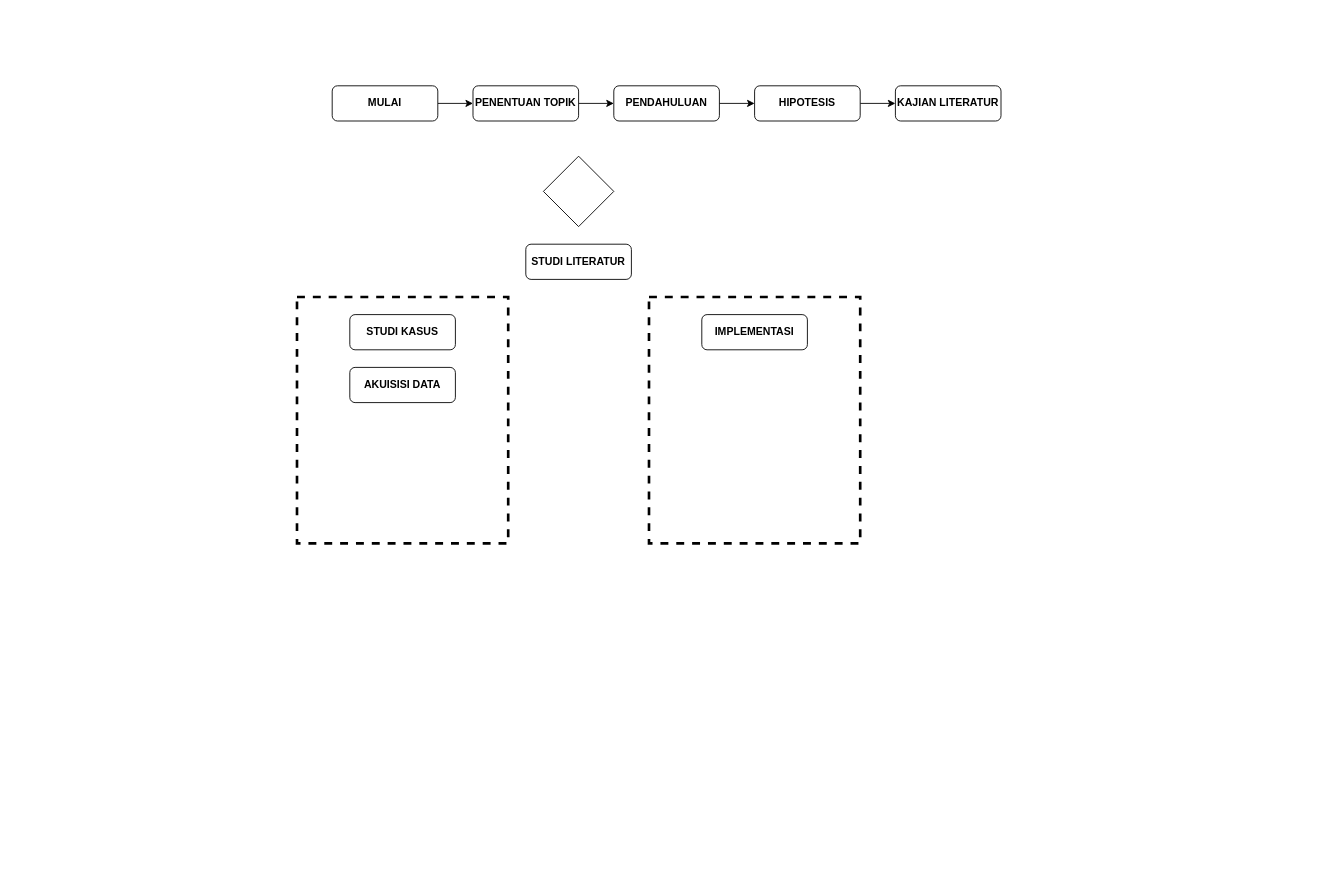
taruma/vivaldi keeps this draw.io diagram as diagram/ALIR_metodologi_penelitian.drawio. Above is the earlier version. Source tidied: cells renumbered, new cells numbered last; positions are measured from the earlier drawing's top-left corner, leaving out a move shared by most shapes. Both pictures are drawn from the tidied source at 88%, with x=0, y=0 at pixel (297, 85).
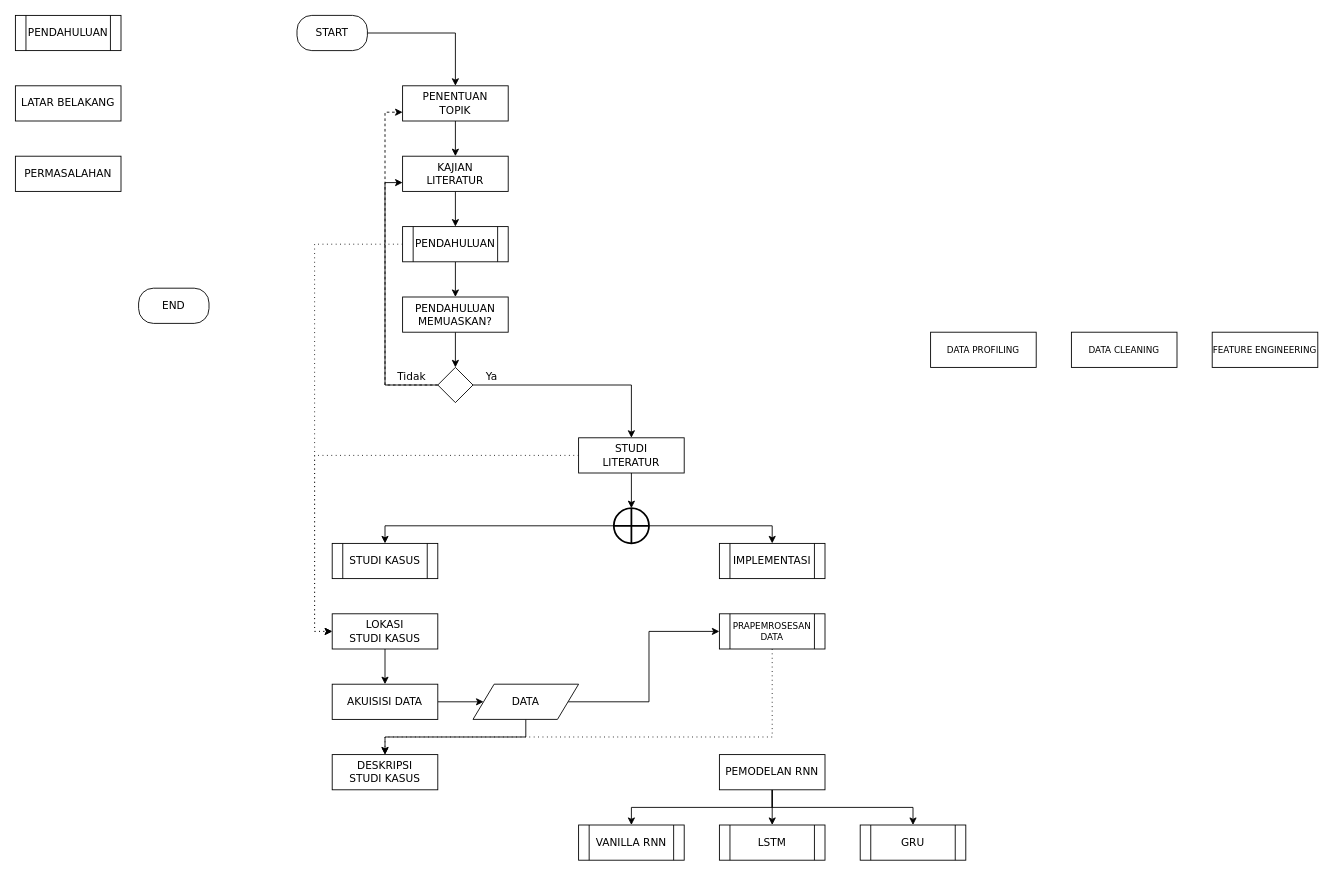
The same diagram, later.

Commit message:
sampai implementasi

Change to the diagram source:
```diff
@@
-    <mxCell id="2" style="verticalLabelPosition=bottom;verticalAlign=top;html=1;shape=mxgraph.basic.rect;fillColor=none;fillColor2=none;strokeColor=#000000;strokeWidth=3;size=20;indent=5;dashed=1;" parent="1" vertex="1">
-      <mxGeometry y="240" width="240" height="280" as="geometry" />
-    </mxCell>
-    <mxCell id="3" style="edgeStyle=orthogonalEdgeStyle;rounded=0;jettySize=auto;html=1;exitX=1;exitY=0.5;exitDx=0;exitDy=0;entryX=0;entryY=0.5;entryDx=0;entryDy=0;" parent="1" edge="1" source="4" target="6">
-      <mxGeometry relative="1" as="geometry" />
-    </mxCell>
-    <mxCell id="4" value="&lt;span style=&quot;font-style: normal&quot;&gt;&lt;b&gt;MULAI&lt;/b&gt;&lt;/span&gt;" style="rounded=1;whiteSpace=wrap;html=1;fontStyle=2;fontFamily=Helvetica;" parent="1" vertex="1">
-      <mxGeometry x="40" width="120" height="40" as="geometry" />
-    </mxCell>
-    <mxCell id="5" style="edgeStyle=orthogonalEdgeStyle;rounded=0;jettySize=auto;html=1;exitX=1;exitY=0.5;exitDx=0;exitDy=0;entryX=0;entryY=0.5;entryDx=0;entryDy=0;" parent="1" edge="1" source="6" target="8">
-      <mxGeometry relative="1" as="geometry" />
-    </mxCell>
+    <mxCell id="18" style="edgeStyle=orthogonalEdgeStyle;rounded=0;jettySize=auto;html=1;exitX=1;exitY=0.5;exitDx=0;exitDy=0;entryX=0.5;entryY=0;entryDx=0;entryDy=0;fontFamily=Verdana;" parent="1" edge="1" source="19" target="6">
+      <mxGeometry relative="1" as="geometry" />
+    </mxCell>
+    <mxCell id="19" value="START" style="rounded=1;whiteSpace=wrap;html=1;fillColor=#ffffff;fontFamily=Verdana;arcSize=42;" parent="1" vertex="1">
+      <mxGeometry y="-80" width="80" height="40" as="geometry" />
+    </mxCell>
+    <mxCell id="20" value="END" style="rounded=1;whiteSpace=wrap;html=1;fillColor=#ffffff;fontFamily=Verdana;arcSize=42;" parent="1" vertex="1">
+      <mxGeometry x="-180" y="230" width="80" height="40" as="geometry" />
+    </mxCell>
+    <mxCell id="21" style="edgeStyle=orthogonalEdgeStyle;rounded=0;jettySize=auto;html=1;exitX=0.5;exitY=1;exitDx=0;exitDy=0;entryX=0.5;entryY=0;entryDx=0;entryDy=0;fontFamily=Verdana;" parent="1" edge="1" source="6" target="11">
+      <mxGeometry relative="1" as="geometry" />
+    </mxCell>
-    <mxCell id="6" value="&lt;span style=&quot;font-style: normal&quot;&gt;&lt;b&gt;PENENTUAN TOPIK&lt;/b&gt;&lt;/span&gt;" style="rounded=1;whiteSpace=wrap;html=1;fontStyle=2;fontFamily=Helvetica;" parent="1" vertex="1">
-      <mxGeometry x="200" width="120" height="40" as="geometry" />
+    <mxCell id="6" value="PENENTUAN&lt;br&gt;TOPIK" style="rounded=0;whiteSpace=wrap;html=1;fillColor=#ffffff;fontFamily=Verdana;" parent="1" vertex="1">
+      <mxGeometry x="120" width="120" height="40" as="geometry" />
     </mxCell>
-    <mxCell id="7" style="edgeStyle=orthogonalEdgeStyle;rounded=0;jettySize=auto;html=1;exitX=1;exitY=0.5;exitDx=0;exitDy=0;entryX=0;entryY=0.5;entryDx=0;entryDy=0;" parent="1" edge="1" source="8" target="10">
-      <mxGeometry relative="1" as="geometry" />
-    </mxCell>
-    <mxCell id="8" value="&lt;span style=&quot;font-style: normal&quot;&gt;&lt;b&gt;PENDAHULUAN&lt;/b&gt;&lt;/span&gt;" style="rounded=1;whiteSpace=wrap;html=1;fontStyle=2;fontFamily=Helvetica;" parent="1" vertex="1">
-      <mxGeometry x="360" width="120" height="40" as="geometry" />
-    </mxCell>
-    <mxCell id="9" style="edgeStyle=orthogonalEdgeStyle;rounded=0;jettySize=auto;html=1;exitX=1;exitY=0.5;exitDx=0;exitDy=0;" parent="1" edge="1" source="10" target="11">
-      <mxGeometry relative="1" as="geometry" />
-    </mxCell>
-    <mxCell id="10" value="&lt;span style=&quot;font-style: normal&quot;&gt;&lt;b&gt;HIPOTESIS&lt;/b&gt;&lt;/span&gt;" style="rounded=1;whiteSpace=wrap;html=1;fontStyle=2;fontFamily=Helvetica;" parent="1" vertex="1">
-      <mxGeometry x="520" width="120" height="40" as="geometry" />
-    </mxCell>
+    <mxCell id="22" style="edgeStyle=orthogonalEdgeStyle;rounded=0;jettySize=auto;html=1;exitX=0.5;exitY=1;exitDx=0;exitDy=0;entryX=0.5;entryY=0;entryDx=0;entryDy=0;fontFamily=Verdana;" parent="1" edge="1" source="11" target="25">
+      <mxGeometry relative="1" as="geometry" />
+    </mxCell>
-    <mxCell id="11" value="&lt;span style=&quot;font-style: normal&quot;&gt;&lt;b&gt;KAJIAN LITERATUR&lt;/b&gt;&lt;/span&gt;" style="rounded=1;whiteSpace=wrap;html=1;fontStyle=2;fontFamily=Helvetica;" parent="1" vertex="1">
-      <mxGeometry x="680" width="120" height="40" as="geometry" />
+    <mxCell id="11" value="KAJIAN&lt;br&gt;LITERATUR" style="rounded=0;whiteSpace=wrap;html=1;fillColor=#ffffff;fontFamily=Verdana;" parent="1" vertex="1">
+      <mxGeometry x="120" y="80" width="120" height="40" as="geometry" />
     </mxCell>
-    <mxCell id="12" style="rhombus;whiteSpace=wrap;html=1;" parent="1" vertex="1">
-      <mxGeometry x="280" y="80" width="80" height="80" as="geometry" />
-    </mxCell>
-    <mxCell id="13" style="verticalLabelPosition=bottom;verticalAlign=top;html=1;shape=mxgraph.basic.rect;fillColor=none;fillColor2=none;strokeColor=#000000;strokeWidth=3;size=20;indent=5;dashed=1;" parent="1" vertex="1">
-      <mxGeometry x="400" y="240" width="240" height="280" as="geometry" />
-    </mxCell>
+    <mxCell id="23" style="edgeStyle=orthogonalEdgeStyle;rounded=0;jettySize=auto;html=1;exitX=0.5;exitY=1;exitDx=0;exitDy=0;entryX=0.5;entryY=0;entryDx=0;entryDy=0;fontFamily=Verdana;" parent="1" edge="1" source="25" target="30">
+      <mxGeometry relative="1" as="geometry" />
+    </mxCell>
+    <mxCell id="24" style="edgeStyle=orthogonalEdgeStyle;rounded=0;jettySize=auto;html=1;exitX=0;exitY=0.5;exitDx=0;exitDy=0;entryX=0;entryY=0.5;entryDx=0;entryDy=0;dashed=1;endArrow=classic;endFill=1;fontFamily=Verdana;fontSize=10;dashPattern=1 4;" parent="1" edge="1" source="25" target="43">
+      <mxGeometry relative="1" as="geometry" />
+    </mxCell>
+    <mxCell id="25" value="PENDAHULUAN" style="shape=process;whiteSpace=wrap;html=1;backgroundOutline=1;fillColor=#ffffff;fontFamily=Verdana;" parent="1" vertex="1">
+      <mxGeometry x="120" y="160" width="120" height="40" as="geometry" />
+    </mxCell>
+    <mxCell id="26" value="LATAR BELAKANG" style="rounded=0;whiteSpace=wrap;html=1;fillColor=#ffffff;fontFamily=Verdana;" parent="1" vertex="1">
+      <mxGeometry x="-320" width="120" height="40" as="geometry" />
+    </mxCell>
+    <mxCell id="27" value="PERMASALAHAN" style="rounded=0;whiteSpace=wrap;html=1;fillColor=#ffffff;fontFamily=Verdana;" parent="1" vertex="1">
+      <mxGeometry x="-320" y="80" width="120" height="40" as="geometry" />
+    </mxCell>
+    <mxCell id="28" value="PENDAHULUAN" style="shape=process;whiteSpace=wrap;html=1;backgroundOutline=1;fillColor=#ffffff;fontFamily=Verdana;" parent="1" vertex="1">
+      <mxGeometry x="-320" y="-80" width="120" height="40" as="geometry" />
+    </mxCell>
+    <mxCell id="29" style="edgeStyle=orthogonalEdgeStyle;rounded=0;jettySize=auto;html=1;exitX=0.5;exitY=1;exitDx=0;exitDy=0;entryX=0.5;entryY=0;entryDx=0;entryDy=0;fontFamily=Verdana;" parent="1" edge="1" source="30" target="36">
+      <mxGeometry relative="1" as="geometry" />
+    </mxCell>
+    <mxCell id="30" value="PENDAHULUAN MEMUASKAN?" style="rounded=0;whiteSpace=wrap;html=1;fillColor=#ffffff;fontFamily=Verdana;" parent="1" vertex="1">
+      <mxGeometry x="120" y="240" width="120" height="40" as="geometry" />
+    </mxCell>
+    <mxCell id="31" style="edgeStyle=orthogonalEdgeStyle;rounded=0;jettySize=auto;html=1;exitX=0;exitY=0.5;exitDx=0;exitDy=0;entryX=0;entryY=0.75;entryDx=0;entryDy=0;fontFamily=Verdana;dashed=1;endArrow=classic;endFill=1;" parent="1" edge="1" source="36" target="6">
+      <mxGeometry relative="1" as="geometry" />
+    </mxCell>
+    <mxCell id="32" value="Tidak" style="text;html=1;align=center;verticalAlign=middle;labelBackgroundColor=#ffffff;fontFamily=Verdana;" parent="31" vertex="1">
+      <mxGeometry x="-0.8" y="-2" relative="1" as="geometry">
+        <mxPoint x="8" y="-8" as="offset" />
+      </mxGeometry>
+    </mxCell>
+    <mxCell id="33" style="edgeStyle=orthogonalEdgeStyle;rounded=0;jettySize=auto;html=1;exitX=0;exitY=0.5;exitDx=0;exitDy=0;entryX=0;entryY=0.75;entryDx=0;entryDy=0;endArrow=classic;endFill=1;fontFamily=Verdana;" parent="1" edge="1" source="36" target="11">
+      <mxGeometry relative="1" as="geometry" />
+    </mxCell>
+    <mxCell id="34" style="edgeStyle=orthogonalEdgeStyle;rounded=0;jettySize=auto;html=1;exitX=1;exitY=0.5;exitDx=0;exitDy=0;entryX=0.5;entryY=0;entryDx=0;entryDy=0;endArrow=classic;endFill=1;fontFamily=Verdana;" parent="1" edge="1" source="36" target="14">
+      <mxGeometry relative="1" as="geometry" />
+    </mxCell>
+    <mxCell id="35" value="Ya" style="text;html=1;align=center;verticalAlign=middle;labelBackgroundColor=#ffffff;fontFamily=Verdana;" parent="34" vertex="1">
+      <mxGeometry x="-0.22" relative="1" as="geometry">
+        <mxPoint x="-74" y="-10" as="offset" />
+      </mxGeometry>
+    </mxCell>
+    <mxCell id="36" style="rhombus;whiteSpace=wrap;html=1;fillColor=#ffffff;fontFamily=Verdana;" parent="1" vertex="1">
+      <mxGeometry x="160" y="320" width="40" height="40" as="geometry" />
+    </mxCell>
+    <mxCell id="15" value="STUDI KASUS" style="shape=process;whiteSpace=wrap;html=1;backgroundOutline=1;fillColor=#ffffff;fontFamily=Verdana;" parent="1" vertex="1">
+      <mxGeometry x="40" y="520" width="120" height="40" as="geometry" />
+    </mxCell>
+    <mxCell id="17" value="IMPLEMENTASI" style="shape=process;whiteSpace=wrap;html=1;backgroundOutline=1;fillColor=#ffffff;fontFamily=Verdana;" parent="1" vertex="1">
+      <mxGeometry x="480" y="520" width="120" height="40" as="geometry" />
+    </mxCell>
+    <mxCell id="37" style="edgeStyle=orthogonalEdgeStyle;rounded=0;jettySize=auto;html=1;exitX=0.5;exitY=1;exitDx=0;exitDy=0;entryX=0.5;entryY=0;entryDx=0;entryDy=0;entryPerimeter=0;endArrow=classic;endFill=1;fontFamily=Verdana;" parent="1" edge="1" source="14" target="41">
+      <mxGeometry relative="1" as="geometry" />
+    </mxCell>
+    <mxCell id="38" style="edgeStyle=orthogonalEdgeStyle;rounded=0;jettySize=auto;html=1;exitX=0;exitY=0.5;exitDx=0;exitDy=0;entryX=0;entryY=0.5;entryDx=0;entryDy=0;dashed=1;endArrow=classic;endFill=1;fontFamily=Verdana;fontSize=10;dashPattern=1 4;" parent="1" edge="1" source="14" target="43">
+      <mxGeometry relative="1" as="geometry" />
+    </mxCell>
-    <mxCell id="14" value="&lt;span style=&quot;font-style: normal&quot;&gt;&lt;b&gt;STUDI LITERATUR&lt;/b&gt;&lt;/span&gt;" style="rounded=1;whiteSpace=wrap;html=1;fontStyle=2;fontFamily=Helvetica;" parent="1" vertex="1">
-      <mxGeometry x="260" y="180" width="120" height="40" as="geometry" />
+    <mxCell id="14" value="STUDI&lt;br&gt;LITERATUR" style="rounded=0;whiteSpace=wrap;html=1;fillColor=#ffffff;fontFamily=Verdana;" parent="1" vertex="1">
+      <mxGeometry x="320" y="400" width="120" height="40" as="geometry" />
     </mxCell>
-    <mxCell id="15" value="&lt;span style=&quot;font-style: normal&quot;&gt;&lt;b&gt;STUDI KASUS&lt;/b&gt;&lt;/span&gt;" style="rounded=1;whiteSpace=wrap;html=1;fontStyle=2;fontFamily=Helvetica;" parent="1" vertex="1">
-      <mxGeometry x="60" y="260" width="120" height="40" as="geometry" />
-    </mxCell>
+    <mxCell id="39" style="edgeStyle=orthogonalEdgeStyle;rounded=0;jettySize=auto;html=1;exitX=1;exitY=0.5;exitDx=0;exitDy=0;exitPerimeter=0;entryX=0.5;entryY=0;entryDx=0;entryDy=0;endArrow=classic;endFill=1;fontFamily=Verdana;" parent="1" edge="1" source="41" target="17">
+      <mxGeometry relative="1" as="geometry" />
+    </mxCell>
+    <mxCell id="40" style="edgeStyle=orthogonalEdgeStyle;rounded=0;jettySize=auto;html=1;exitX=0;exitY=0.5;exitDx=0;exitDy=0;exitPerimeter=0;entryX=0.5;entryY=0;entryDx=0;entryDy=0;endArrow=classic;endFill=1;fontFamily=Verdana;" parent="1" edge="1" source="41" target="15">
+      <mxGeometry relative="1" as="geometry" />
+    </mxCell>
+    <mxCell id="41" style="verticalLabelPosition=bottom;verticalAlign=top;html=1;strokeWidth=2;shape=mxgraph.flowchart.summing_function;fillColor=#ffffff;fontFamily=Verdana;" parent="1" vertex="1">
+      <mxGeometry x="360" y="480" width="40" height="40" as="geometry" />
+    </mxCell>
+    <mxCell id="42" style="edgeStyle=orthogonalEdgeStyle;rounded=0;jettySize=auto;html=1;exitX=0.5;exitY=1;exitDx=0;exitDy=0;entryX=0.5;entryY=0;entryDx=0;entryDy=0;endArrow=classic;endFill=1;fontFamily=Verdana;" parent="1" edge="1" source="43" target="16">
+      <mxGeometry relative="1" as="geometry" />
+    </mxCell>
+    <mxCell id="43" value="LOKASI&lt;br&gt;STUDI KASUS" style="rounded=0;whiteSpace=wrap;html=1;fillColor=#ffffff;fontFamily=Verdana;" parent="1" vertex="1">
+      <mxGeometry x="40" y="600" width="120" height="40" as="geometry" />
+    </mxCell>
+    <mxCell id="44" style="edgeStyle=orthogonalEdgeStyle;rounded=0;jettySize=auto;html=1;exitX=1;exitY=0.5;exitDx=0;exitDy=0;entryX=0;entryY=0.5;entryDx=0;entryDy=0;endArrow=classic;endFill=1;fontFamily=Verdana;" parent="1" edge="1" source="16" target="47">
+      <mxGeometry relative="1" as="geometry" />
+    </mxCell>
-    <mxCell id="16" value="&lt;span style=&quot;font-style: normal&quot;&gt;&lt;b&gt;AKUISISI DATA&lt;/b&gt;&lt;/span&gt;" style="rounded=1;whiteSpace=wrap;html=1;fontStyle=2;fontFamily=Helvetica;" parent="1" vertex="1">
-      <mxGeometry x="60" y="320" width="120" height="40" as="geometry" />
+    <mxCell id="16" value="AKUISISI DATA" style="rounded=0;whiteSpace=wrap;html=1;fillColor=#ffffff;fontFamily=Verdana;" parent="1" vertex="1">
+      <mxGeometry x="40" y="680" width="120" height="40" as="geometry" />
     </mxCell>
-    <mxCell id="17" value="&lt;span style=&quot;font-style: normal&quot;&gt;&lt;b&gt;IMPLEMENTASI&lt;/b&gt;&lt;/span&gt;" style="rounded=1;whiteSpace=wrap;html=1;fontStyle=2;fontFamily=Helvetica;" parent="1" vertex="1">
-      <mxGeometry x="460" y="260" width="120" height="40" as="geometry" />
-    </mxCell>
+    <mxCell id="45" style="edgeStyle=orthogonalEdgeStyle;rounded=0;jettySize=auto;html=1;exitX=1;exitY=0.5;exitDx=0;exitDy=0;entryX=0;entryY=0.5;entryDx=0;entryDy=0;endArrow=classic;endFill=1;fontFamily=Verdana;" parent="1" edge="1" source="47" target="56">
+      <mxGeometry relative="1" as="geometry" />
+    </mxCell>
+    <mxCell id="46" style="edgeStyle=orthogonalEdgeStyle;rounded=0;jettySize=auto;html=1;exitX=0.5;exitY=1;exitDx=0;exitDy=0;entryX=0.5;entryY=0;entryDx=0;entryDy=0;endArrow=classic;endFill=1;fontFamily=Verdana;fontSize=10;" parent="1" edge="1" source="47" target="57">
+      <mxGeometry relative="1" as="geometry" />
+    </mxCell>
+    <mxCell id="47" value="DATA" style="shape=parallelogram;perimeter=parallelogramPerimeter;whiteSpace=wrap;html=1;dashed=0;strokeWidth=1;fillColor=#ffffff;fontFamily=Verdana;" parent="1" vertex="1">
+      <mxGeometry x="200" y="680" width="120" height="40" as="geometry" />
+    </mxCell>
+    <mxCell id="48" value="VANILLA RNN" style="shape=process;whiteSpace=wrap;html=1;backgroundOutline=1;strokeWidth=1;fillColor=#ffffff;fontFamily=Verdana;" parent="1" vertex="1">
+      <mxGeometry x="320" y="840" width="120" height="40" as="geometry" />
+    </mxCell>
+    <mxCell id="49" value="LSTM" style="shape=process;whiteSpace=wrap;html=1;backgroundOutline=1;strokeWidth=1;fillColor=#ffffff;fontFamily=Verdana;" parent="1" vertex="1">
+      <mxGeometry x="480" y="840" width="120" height="40" as="geometry" />
+    </mxCell>
+    <mxCell id="50" value="GRU" style="shape=process;whiteSpace=wrap;html=1;backgroundOutline=1;strokeWidth=1;fillColor=#ffffff;fontFamily=Verdana;" parent="1" vertex="1">
+      <mxGeometry x="640" y="840" width="120" height="40" as="geometry" />
+    </mxCell>
+    <mxCell id="51" style="edgeStyle=orthogonalEdgeStyle;rounded=0;jettySize=auto;html=1;exitX=0.5;exitY=1;exitDx=0;exitDy=0;entryX=0.5;entryY=0;entryDx=0;entryDy=0;endArrow=classic;endFill=1;fontFamily=Verdana;" parent="1" edge="1" source="54" target="48">
+      <mxGeometry relative="1" as="geometry" />
+    </mxCell>
+    <mxCell id="52" style="edgeStyle=orthogonalEdgeStyle;rounded=0;jettySize=auto;html=1;exitX=0.5;exitY=1;exitDx=0;exitDy=0;entryX=0.5;entryY=0;entryDx=0;entryDy=0;endArrow=classic;endFill=1;fontFamily=Verdana;" parent="1" edge="1" source="54" target="49">
+      <mxGeometry relative="1" as="geometry" />
+    </mxCell>
+    <mxCell id="53" style="edgeStyle=orthogonalEdgeStyle;rounded=0;jettySize=auto;html=1;exitX=0.5;exitY=1;exitDx=0;exitDy=0;entryX=0.5;entryY=0;entryDx=0;entryDy=0;endArrow=classic;endFill=1;fontFamily=Verdana;" parent="1" edge="1" source="54" target="50">
+      <mxGeometry relative="1" as="geometry" />
+    </mxCell>
+    <mxCell id="54" value="PEMODELAN RNN" style="rounded=0;whiteSpace=wrap;html=1;strokeWidth=1;fillColor=#ffffff;fontFamily=Verdana;" parent="1" vertex="1">
+      <mxGeometry x="480" y="760" width="120" height="40" as="geometry" />
+    </mxCell>
+    <mxCell id="55" style="edgeStyle=orthogonalEdgeStyle;rounded=0;jettySize=auto;html=1;exitX=0.5;exitY=1;exitDx=0;exitDy=0;entryX=0.5;entryY=0;entryDx=0;entryDy=0;endArrow=classic;endFill=1;fontFamily=Verdana;fontSize=10;dashed=1;dashPattern=1 4;" parent="1" edge="1" source="56" target="57">
+      <mxGeometry relative="1" as="geometry">
+        <Array as="points">
+          <mxPoint x="540" y="740" />
+          <mxPoint x="100" y="740" />
+        </Array>
+      </mxGeometry>
+    </mxCell>
+    <mxCell id="56" value="PRAPEMROSESAN DATA" style="shape=process;whiteSpace=wrap;html=1;backgroundOutline=1;strokeWidth=1;fillColor=#ffffff;fontFamily=Verdana;fontSize=10;" parent="1" vertex="1">
+      <mxGeometry x="480" y="600" width="120" height="40" as="geometry" />
+    </mxCell>
+    <mxCell id="57" value="DESKRIPSI&lt;br&gt;STUDI KASUS" style="rounded=0;whiteSpace=wrap;html=1;fillColor=#ffffff;fontFamily=Verdana;" parent="1" vertex="1">
+      <mxGeometry x="40" y="760" width="120" height="40" as="geometry" />
+    </mxCell>
+    <mxCell id="58" value="DATA PROFILING" style="rounded=0;whiteSpace=wrap;html=1;strokeWidth=1;fillColor=#ffffff;fontFamily=Verdana;fontSize=10;" parent="1" vertex="1">
+      <mxGeometry x="720" y="280" width="120" height="40" as="geometry" />
+    </mxCell>
+    <mxCell id="59" value="DATA CLEANING" style="rounded=0;whiteSpace=wrap;html=1;strokeWidth=1;fillColor=#ffffff;fontFamily=Verdana;fontSize=10;" parent="1" vertex="1">
+      <mxGeometry x="880" y="280" width="120" height="40" as="geometry" />
+    </mxCell>
+    <mxCell id="60" value="FEATURE ENGINEERING" style="rounded=0;whiteSpace=wrap;html=1;strokeWidth=1;fillColor=#ffffff;fontFamily=Verdana;fontSize=10;" parent="1" vertex="1">
+      <mxGeometry x="1040" y="280" width="120" height="40" as="geometry" />
+    </mxCell>
```
